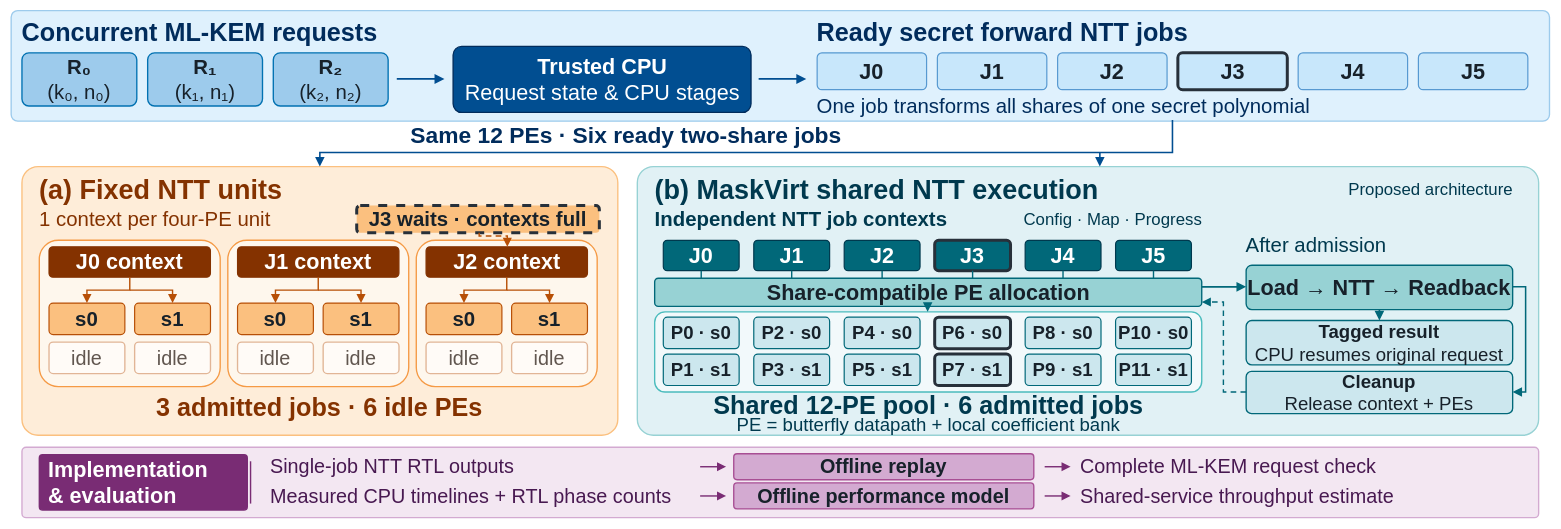
Before: all/DAC2026/MaskVirt_fig1.drawio in ZKY6662017/iodraw-files, a draw.io diagram. Source tidied: cells renumbered, new cells numbered last; positions are measured from the earlier drawing's top-left corner, leaving out a move shared by most shapes. Both pictures are drawn from the tidied source at 60%, with x=0, y=0 at pixel (11, 10).
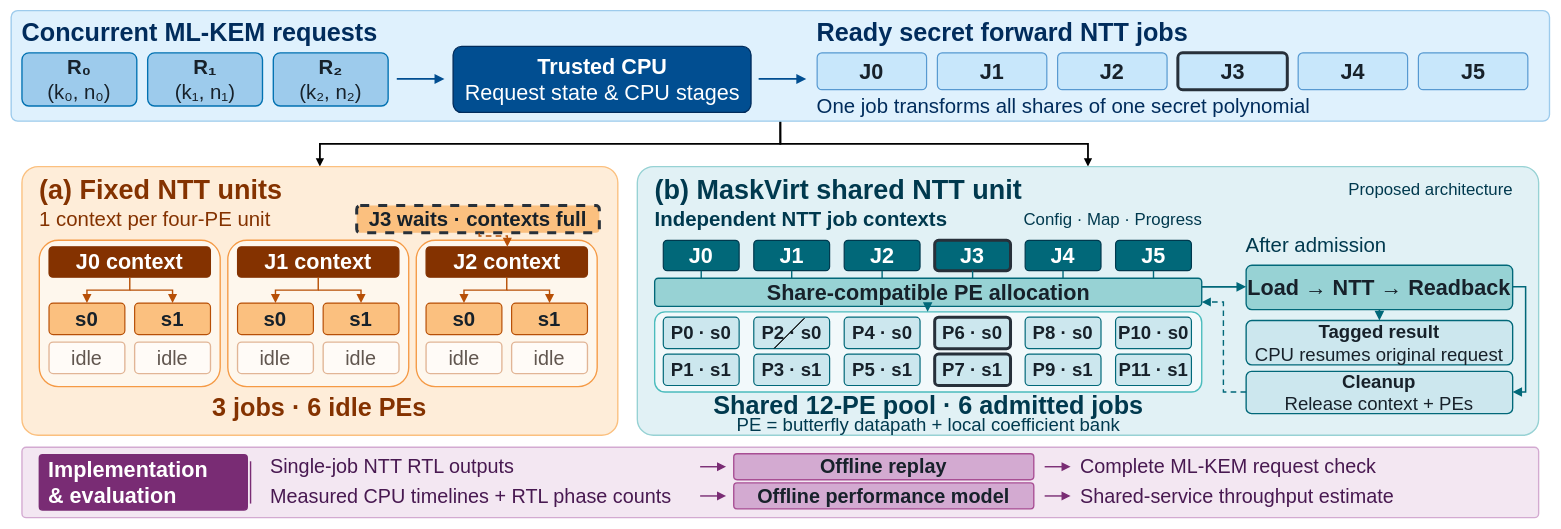
The same diagram, later.

Unchanged cells that the change refers to:
```xml
<mxCell id="2" style="rounded=1;arcSize=6;html=1;fillColor=#DFF1FD;strokeColor=#9DCBEC;strokeWidth=2.26;" parent="1" vertex="1">
  <mxGeometry x="0.1" y="0.2" width="2563.9" height="184.2" as="geometry" />
</mxCell>
<mxCell id="3" style="html=1;whiteSpace=wrap;verticalAlign=middle;align=center;fontFamily=Helvetica;fontSize=36;fontColor=#17212A;fontStyle=0;fillColor=#FEEDD9;strokeColor=#FBC07F;strokeWidth=2.26;rounded=1;arcSize=6;spacing=0;dashed=0;" parent="1" vertex="1">
  <mxGeometry x="18.1" y="260.2" width="993.1" height="447.8" as="geometry" />
</mxCell>
<mxCell id="4" style="html=1;whiteSpace=wrap;verticalAlign=middle;align=center;fontFamily=Helvetica;fontSize=36;fontColor=#17212A;fontStyle=0;fillColor=#E1F1F5;strokeColor=#97D2D4;strokeWidth=2.26;rounded=1;arcSize=6;spacing=0;dashed=0;" parent="1" vertex="1">
  <mxGeometry x="1043.7" y="260.2" width="1502.2" height="447.8" as="geometry" />
</mxCell>
```

What changed in the source:
```diff
@@
+    <mxCell id="106" style="edgeStyle=orthogonalEdgeStyle;rounded=0;jettySize=auto;html=1;exitX=0.5;exitY=1;exitDx=0;exitDy=0;entryX=0.5;entryY=0;entryDx=0;entryDy=0;defaultLabelBackgroundColor=page;labelPadding=0 4;strokeWidth=3;endArrow=block;endFill=1;" parent="1" edge="1" source="2" target="3">
+      <mxGeometry relative="1" as="geometry" />
+    </mxCell>
+    <mxCell id="107" style="edgeStyle=orthogonalEdgeStyle;rounded=0;jettySize=auto;html=1;exitX=0.5;exitY=1;exitDx=0;exitDy=0;defaultLabelBackgroundColor=page;labelPadding=0 4;strokeWidth=3;endArrow=block;endFill=1;" parent="1" edge="1" source="2" target="4">
+      <mxGeometry relative="1" as="geometry" />
+    </mxCell>
@@
-    <mxCell id="21" value="Same 12 PEs · Six ready two-share jobs" style="html=1;whiteSpace=wrap;verticalAlign=middle;align=center;fontFamily=Helvetica;fontSize=38;fontColor=#012C5C;fontStyle=1;fillColor=none;strokeColor=none;strokeWidth=2.26;rounded=0;arcSize=13;spacing=0;dashed=0;" parent="1" vertex="1">
-      <mxGeometry x="469.5" y="188" width="1110.4" height="41.5" as="geometry" />
-    </mxCell>
-    <mxCell id="22" style="html=1;rounded=0;endArrow=block;endFill=1;endSize=9.03;strokeWidth=2.62;strokeColor=#014E91;dashed=0;dashPattern=4 3;" parent="1" edge="1">
-      <mxGeometry relative="1" as="geometry">
-        <mxPoint x="1935.6" y="182.6" as="sourcePoint" />
-        <mxPoint x="514.6" y="260.2" as="targetPoint" />
-        <Array as="points">
-          <mxPoint x="1935.6" y="236.8" />
-          <mxPoint x="514.6" y="236.8" />
-        </Array>
-      </mxGeometry>
-    </mxCell>
-    <mxCell id="23" style="html=1;rounded=0;endArrow=block;endFill=1;endSize=9.03;strokeWidth=2.62;strokeColor=#014E91;dashed=0;dashPattern=4 3;" parent="1" edge="1">
-      <mxGeometry relative="1" as="geometry">
-        <mxPoint x="1814.6" y="236.8" as="sourcePoint" />
-        <mxPoint x="1814.6" y="260.2" as="targetPoint" />
-      </mxGeometry>
-    </mxCell>
@@
-    <mxCell id="52" value="3 admitted jobs · 6 idle PEs" style="html=1;whiteSpace=wrap;verticalAlign=middle;align=center;fontFamily=Helvetica;fontSize=42;fontColor=#843200;fontStyle=1;fillColor=none;strokeColor=none;strokeWidth=2.26;rounded=0;arcSize=13;spacing=0;dashed=0;" parent="1" vertex="1">
+    <mxCell id="52" value="3 jobs · 6 idle PEs" style="html=1;whiteSpace=wrap;verticalAlign=middle;align=center;fontFamily=Helvetica;fontSize=42;fontColor=#843200;fontStyle=1;fillColor=none;strokeColor=none;strokeWidth=2.26;rounded=0;arcSize=13;spacing=0;dashed=0;" parent="1" vertex="1">
       <mxGeometry x="47" y="634" width="933.5" height="56" as="geometry" />
     </mxCell>
-    <mxCell id="53" value="(b) MaskVirt shared NTT execution" style="html=1;whiteSpace=wrap;verticalAlign=middle;align=left;fontFamily=Helvetica;fontSize=45;fontColor=#00394E;fontStyle=1;fillColor=none;strokeColor=none;strokeWidth=2.26;rounded=0;arcSize=13;spacing=0;dashed=0;" parent="1" vertex="1">
+    <mxCell id="53" value="(b) MaskVirt shared NTT unit" style="html=1;whiteSpace=wrap;verticalAlign=middle;align=left;fontFamily=Helvetica;fontSize=45;fontColor=#00394E;fontStyle=1;fillColor=none;strokeColor=none;strokeWidth=2.26;rounded=0;arcSize=13;spacing=0;dashed=0;" parent="1" vertex="1">
       <mxGeometry x="1072.6" y="271.1" width="1444.4" height="54.2" as="geometry" />
     </mxCell>
@@
+    <mxCell id="108" style="endArrow=none;html=1;rounded=0;defaultLabelBackgroundColor=page;labelPadding=0 4;" parent="1" edge="1">
+      <mxGeometry relative="1" as="geometry">
+        <mxPoint x="1272" y="563" as="sourcePoint" />
+        <mxPoint x="1322" y="513" as="targetPoint" />
+      </mxGeometry>
+    </mxCell>
+    <mxCell id="109" style="endArrow=none;html=1;rounded=0;defaultLabelBackgroundColor=page;labelPadding=0 4;" parent="1" edge="1">
+      <mxGeometry relative="1" as="geometry">
+        <mxPoint x="1272" y="563" as="sourcePoint" />
+        <mxPoint x="1322" y="513" as="targetPoint" />
+      </mxGeometry>
+    </mxCell>
+    <mxCell id="110" style="endArrow=none;html=1;rounded=0;defaultLabelBackgroundColor=page;labelPadding=0 4;" parent="1" edge="1">
+      <mxGeometry relative="1" as="geometry">
+        <mxPoint x="1272" y="563" as="sourcePoint" />
+        <mxPoint x="1322" y="513" as="targetPoint" />
+      </mxGeometry>
+    </mxCell>
+    <mxCell id="111" style="endArrow=none;html=1;rounded=0;defaultLabelBackgroundColor=page;labelPadding=0 4;" parent="1" edge="1">
+      <mxGeometry relative="1" as="geometry">
+        <mxPoint x="1272" y="563" as="sourcePoint" />
+        <mxPoint x="1322" y="513" as="targetPoint" />
+      </mxGeometry>
+    </mxCell>
```
